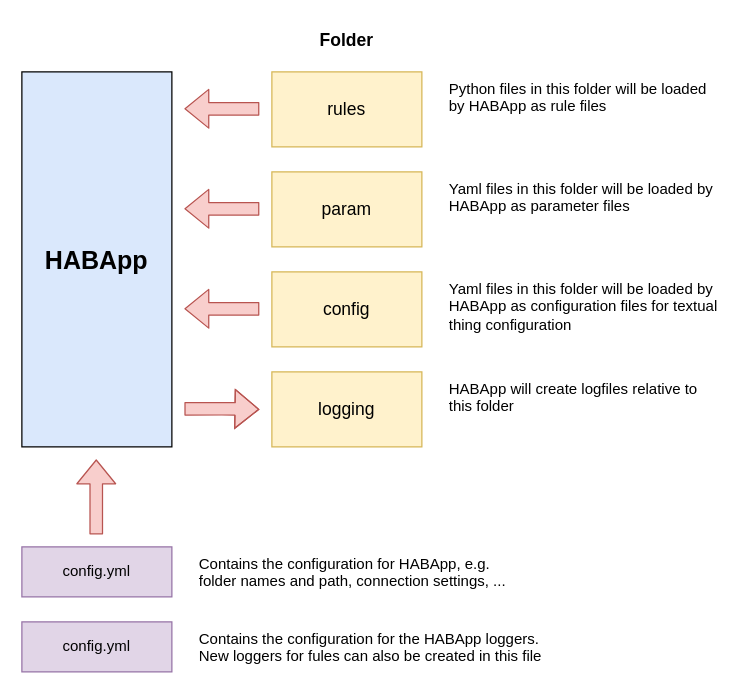
spacemanspiff2007/HABApp keeps this draw.io diagram as _doc/images/folders.drawio. Above is the earlier version. Source tidied: cells renumbered, new cells numbered last; positions are measured from the earlier drawing's top-left corner, leaving out a move shared by most shapes. Both pictures are drawn from the tidied source at 125%, with x=0, y=0 at pixel (21, 21).
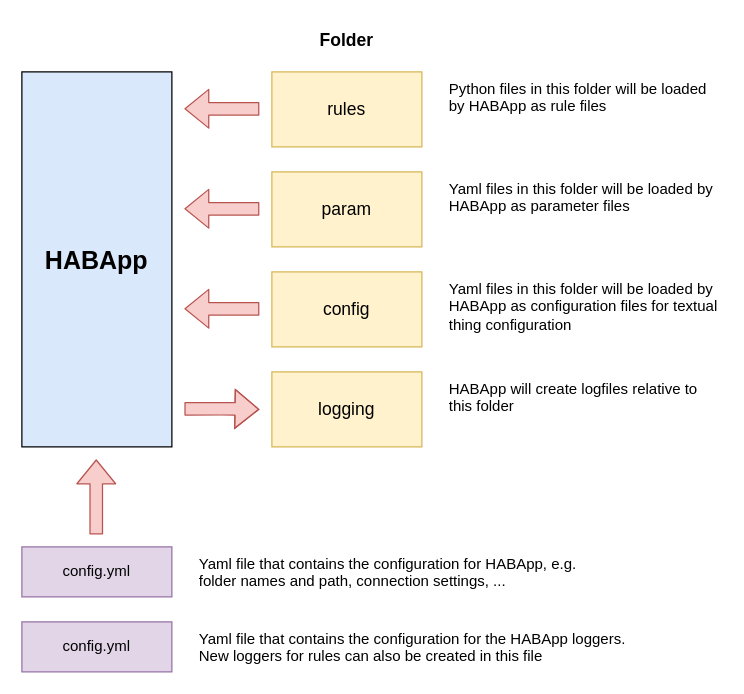
The same diagram, later.

Diff of the diagram source:
```diff
@@
-    <mxCell id="19" value="Contains the configuration for HABApp, e.g. &lt;br&gt;folder names and path, connection settings, ..." style="text;html=1;strokeColor=none;fillColor=none;align=left;verticalAlign=top;whiteSpace=wrap;rounded=0;" parent="1" vertex="1">
-      <mxGeometry x="140" y="420" width="270" height="40" as="geometry" />
+    <mxCell id="19" value="Yaml file that contains the configuration for HABApp, e.g. &lt;br&gt;folder names and path, connection settings, ..." style="text;html=1;strokeColor=none;fillColor=none;align=left;verticalAlign=top;whiteSpace=wrap;rounded=0;" parent="1" vertex="1">
+      <mxGeometry x="140" y="420" width="310" height="40" as="geometry" />
     </mxCell>
-    <mxCell id="20" value="Contains the configuration for the HABApp loggers.&lt;br&gt;New loggers for fules can also be created in this file" style="text;html=1;strokeColor=none;fillColor=none;align=left;verticalAlign=top;whiteSpace=wrap;rounded=0;" parent="1" vertex="1">
+    <mxCell id="20" value="Yaml file that contains the configuration for the HABApp loggers.&lt;br&gt;New loggers for rules can also be created in this file" style="text;html=1;strokeColor=none;fillColor=none;align=left;verticalAlign=top;whiteSpace=wrap;rounded=0;" parent="1" vertex="1">
       <mxGeometry x="140" y="480" width="400" height="40" as="geometry" />
     </mxCell>
```
